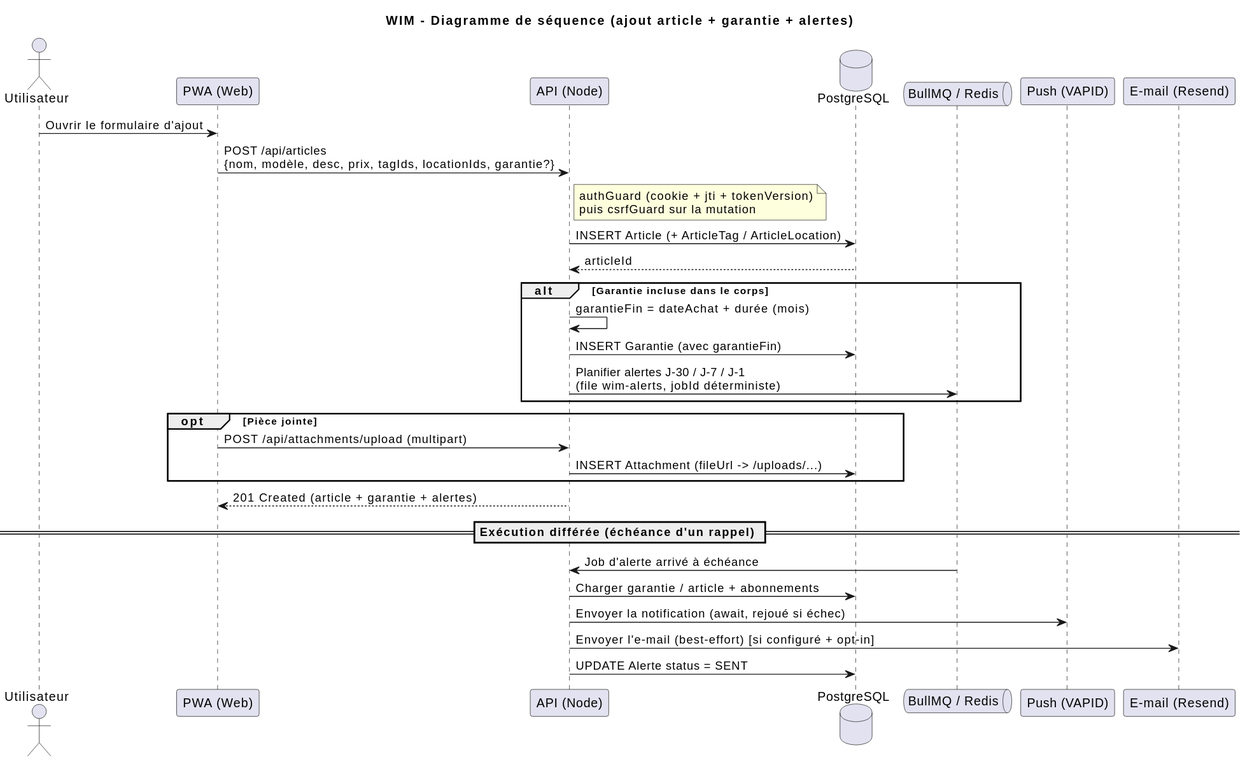
Before: docs/uml/04-sequence-add-item.svg, a diagram exported from PlantUML (SGCSBorges/WIM). Its source is kept beside it as docs/uml/04-sequence-add-item.puml. Its diagram source:
```plantuml
@startuml
title WIM – Diagramme de séquence (ajout article + garantie + alertes)

actor Utilisateur as User
participant "PWA (Web)" as Web
participant "API (Node)" as API
database "PostgreSQL" as DB
queue "BullMQ / Redis" as Jobs
participant "Push (VAPID)" as Push
participant "E-mail (Resend)" as Mail

User -> Web : Ouvrir le formulaire d'ajout
Web -> API : POST /api/articles\n{nom, modèle, desc, prix, tagIds, locationIds, garantie?}
note right of API : authGuard (cookie + jti + tokenVersion)\npuis csrfGuard sur la mutation
API -> DB : INSERT Article (+ ArticleTag / ArticleLocation)
DB --> API : articleId

alt Garantie incluse dans le corps
  API -> API : garantieFin = dateAchat + durée (mois)
  API -> DB : INSERT Garantie (avec garantieFin)
  API -> Jobs : Planifier alertes J-30 / J-7 / J-1\n(file wim-alerts, jobId déterministe)
end

opt Pièce jointe
  Web -> API : POST /api/attachments/upload (multipart)
  API -> DB : INSERT Attachment (fileUrl -> /uploads/...)
end

API --> Web : 201 Created (article + garantie + alertes)

== Exécution différée (échéance d'un rappel) ==
Jobs -> API : Job d'alerte arrivé à échéance
API -> DB : Charger garantie / article + abonnements
API -> Push : Envoyer la notification (await, rejoué si échec)
API -> Mail : Envoyer l'e-mail (best-effort) [si configuré + opt-in]
API -> DB : UPDATE Alerte status = SENT
@enduml
```
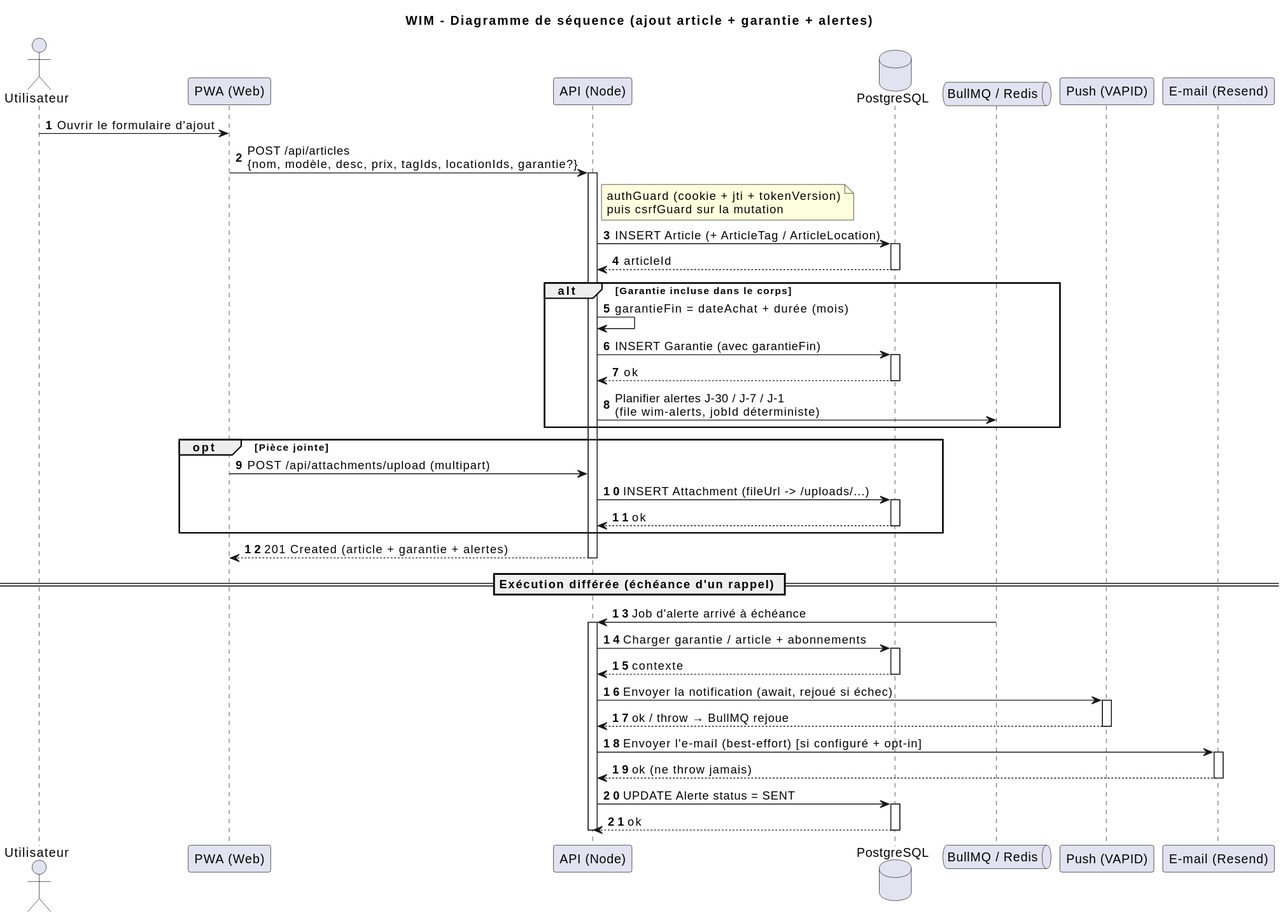
The same file after the commit.

The edit, as a diff of the source:
```diff
@@ -1,6 +1,7 @@
 @startuml
 title WIM – Diagramme de séquence (ajout article + garantie + alertes)
 
+autonumber
 actor Utilisateur as User
 participant "PWA (Web)" as Web
 participant "API (Node)" as API
@@ -11,27 +12,51 @@
 
 User -> Web : Ouvrir le formulaire d'ajout
 Web -> API : POST /api/articles\n{nom, modèle, desc, prix, tagIds, locationIds, garantie?}
+activate API
 note right of API : authGuard (cookie + jti + tokenVersion)\npuis csrfGuard sur la mutation
 API -> DB : INSERT Article (+ ArticleTag / ArticleLocation)
+activate DB
 DB --> API : articleId
+deactivate DB
 
 alt Garantie incluse dans le corps
   API -> API : garantieFin = dateAchat + durée (mois)
   API -> DB : INSERT Garantie (avec garantieFin)
+  activate DB
+  DB --> API : ok
+  deactivate DB
   API -> Jobs : Planifier alertes J-30 / J-7 / J-1\n(file wim-alerts, jobId déterministe)
 end
 
 opt Pièce jointe
   Web -> API : POST /api/attachments/upload (multipart)
   API -> DB : INSERT Attachment (fileUrl -> /uploads/...)
+  activate DB
+  DB --> API : ok
+  deactivate DB
 end
 
 API --> Web : 201 Created (article + garantie + alertes)
+deactivate API
 
 == Exécution différée (échéance d'un rappel) ==
 Jobs -> API : Job d'alerte arrivé à échéance
+activate API
 API -> DB : Charger garantie / article + abonnements
+activate DB
+DB --> API : contexte
+deactivate DB
 API -> Push : Envoyer la notification (await, rejoué si échec)
+activate Push
+Push --> API : ok / throw → BullMQ rejoue
+deactivate Push
 API -> Mail : Envoyer l'e-mail (best-effort) [si configuré + opt-in]
+activate Mail
+Mail --> API : ok (ne throw jamais)
+deactivate Mail
 API -> DB : UPDATE Alerte status = SENT
+activate DB
+DB --> API : ok
+deactivate DB
+deactivate API
 @enduml
```
